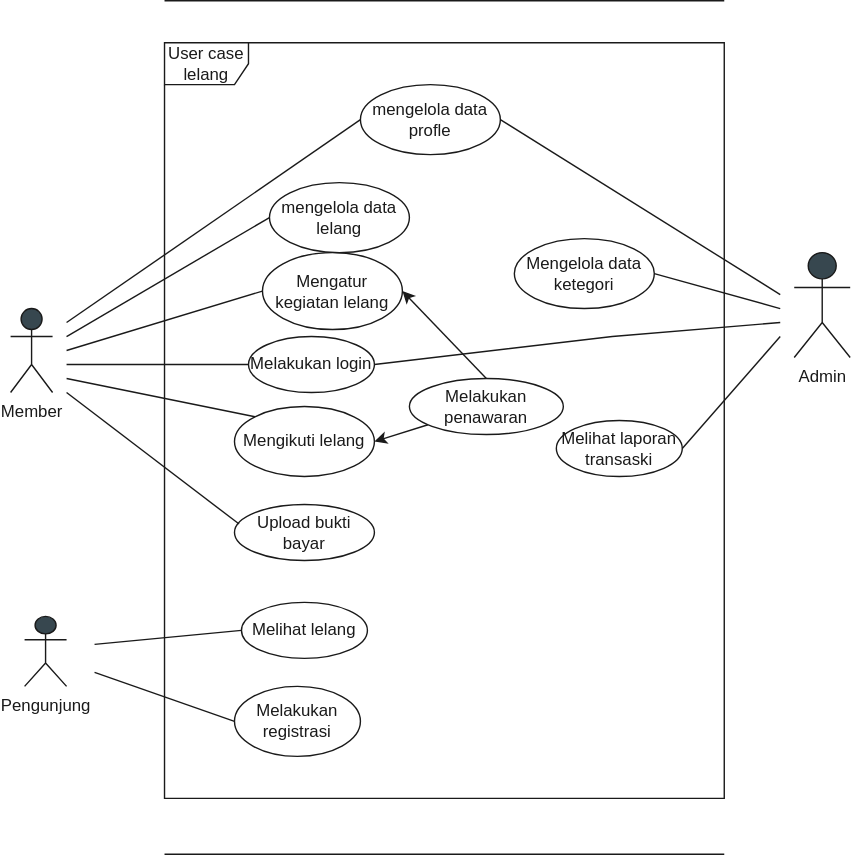
Before: TA.drawio.svg, a diagram exported from draw.io (MuhammadAkbar11/auction-marketplace). Source tidied: cells renumbered, new cells last; positions are measured from the earlier drawing's top-left corner, leaving out a move shared by most shapes. Its diagram source:
```xml
<mxGraphModel background="#ffffff">
  <root>
    <mxCell id="0" />
    <mxCell id="1" parent="0" />
    <mxCell id="2" value="User case lelang" style="shape=umlFrame;whiteSpace=wrap;html=1;labelBorderColor=none;fillColor=none;fontColor=#1A1A1A;strokeColor=#1A1A1A;fontSize=12;" parent="1" vertex="1">
      <mxGeometry x="110" y="30" width="400" height="540" as="geometry" />
    </mxCell>
    <mxCell id="3" value="Member" style="shape=umlActor;verticalLabelPosition=bottom;verticalAlign=top;html=1;fillColor=#37474F;fontColor=#1A1A1A;strokeColor=#1A1A1A;fontSize=12;" parent="1" vertex="1">
      <mxGeometry y="220" width="30" height="60" as="geometry" />
    </mxCell>
    <mxCell id="4" value="&lt;font style=&quot;font-size: 12px;&quot;&gt;Melakukan login&lt;/font&gt;" style="ellipse;whiteSpace=wrap;html=1;fillColor=none;fontColor=#1A1A1A;strokeColor=#1A1A1A;fontSize=12;" parent="1" vertex="1">
      <mxGeometry x="170" y="240" width="90" height="40" as="geometry" />
    </mxCell>
    <mxCell id="5" value="Admin" style="shape=umlActor;verticalLabelPosition=bottom;verticalAlign=top;html=1;fillColor=#37474F;fontColor=#1A1A1A;strokeColor=#1A1A1A;fontSize=12;" parent="1" vertex="1">
      <mxGeometry x="560" y="180" width="40" height="75" as="geometry" />
    </mxCell>
    <mxCell id="6" style="endArrow=none;html=1;rounded=0;entryX=0;entryY=0.5;entryDx=0;entryDy=0;fontColor=#1A1A1A;strokeColor=#1A1A1A;fontSize=12;" parent="1" edge="1" target="4">
      <mxGeometry relative="1" as="geometry">
        <mxPoint x="40" y="260" as="sourcePoint" />
      </mxGeometry>
    </mxCell>
    <mxCell id="7" style="endArrow=none;html=1;rounded=0;entryX=1;entryY=0.5;entryDx=0;entryDy=0;fontColor=#1A1A1A;strokeColor=#1A1A1A;fontSize=12;" parent="1" edge="1" target="4">
      <mxGeometry relative="1" as="geometry">
        <mxPoint x="550" y="230" as="sourcePoint" />
        <Array as="points">
          <mxPoint x="430" y="240" />
        </Array>
      </mxGeometry>
    </mxCell>
    <mxCell id="8" value="&lt;span style=&quot;font-size: 12px;&quot;&gt;Mengatur kegiatan lelang&lt;/span&gt;" style="ellipse;whiteSpace=wrap;html=1;fillColor=none;fontColor=#1A1A1A;strokeColor=#1A1A1A;fontSize=12;" parent="1" vertex="1">
      <mxGeometry x="180" y="180" width="100" height="55" as="geometry" />
    </mxCell>
    <mxCell id="9" value="&lt;span style=&quot;font-size: 12px;&quot;&gt;mengelola data lelang&lt;/span&gt;" style="ellipse;whiteSpace=wrap;html=1;fillColor=none;fontColor=#1A1A1A;strokeColor=#1A1A1A;fontSize=12;" parent="1" vertex="1">
      <mxGeometry x="185" y="130" width="100" height="50" as="geometry" />
    </mxCell>
    <mxCell id="10" style="endArrow=none;html=1;rounded=0;entryX=0;entryY=0.5;entryDx=0;entryDy=0;fontColor=#1A1A1A;strokeColor=#1A1A1A;fontSize=12;" parent="1" edge="1" target="9">
      <mxGeometry relative="1" as="geometry">
        <mxPoint x="40" y="240" as="sourcePoint" />
      </mxGeometry>
    </mxCell>
    <mxCell id="11" style="endArrow=none;html=1;rounded=0;entryX=0;entryY=0.5;entryDx=0;entryDy=0;fontColor=#1A1A1A;strokeColor=#1A1A1A;fontSize=12;" parent="1" edge="1" target="8">
      <mxGeometry relative="1" as="geometry">
        <mxPoint x="40" y="250" as="sourcePoint" />
      </mxGeometry>
    </mxCell>
    <mxCell id="12" value="&lt;span style=&quot;font-size: 12px;&quot;&gt;Mengikuti lelang&lt;/span&gt;" style="ellipse;whiteSpace=wrap;html=1;fillColor=none;fontColor=#1A1A1A;strokeColor=#1A1A1A;fontSize=12;" parent="1" vertex="1">
      <mxGeometry x="160" y="290" width="100" height="50" as="geometry" />
    </mxCell>
    <mxCell id="13" style="rounded=0;jettySize=auto;html=1;entryX=1;entryY=0.5;entryDx=0;entryDy=0;fontColor=#1A1A1A;strokeColor=#1A1A1A;fontSize=12;" parent="1" edge="1" source="15" target="12">
      <mxGeometry relative="1" as="geometry" />
    </mxCell>
    <mxCell id="14" style="edgeStyle=none;rounded=0;jettySize=auto;html=1;exitX=0.5;exitY=0;exitDx=0;exitDy=0;entryX=1;entryY=0.5;entryDx=0;entryDy=0;fontColor=#1A1A1A;strokeColor=#1A1A1A;fontSize=12;" parent="1" edge="1" source="15" target="8">
      <mxGeometry relative="1" as="geometry" />
    </mxCell>
    <mxCell id="15" value="&lt;span style=&quot;font-size: 12px;&quot;&gt;Melakukan penawaran&lt;/span&gt;" style="ellipse;whiteSpace=wrap;html=1;fillColor=none;fontColor=#1A1A1A;strokeColor=#1A1A1A;fontSize=12;" parent="1" vertex="1">
      <mxGeometry x="285" y="270" width="110" height="40" as="geometry" />
    </mxCell>
    <mxCell id="16" value="&lt;span style=&quot;font-size: 12px;&quot;&gt;mengelola data profle&lt;/span&gt;" style="ellipse;whiteSpace=wrap;html=1;fillColor=none;fontColor=#1A1A1A;strokeColor=#1A1A1A;fontSize=12;" parent="1" vertex="1">
      <mxGeometry x="250" y="60" width="100" height="50" as="geometry" />
    </mxCell>
    <mxCell id="17" style="endArrow=none;html=1;rounded=0;entryX=0;entryY=0.5;entryDx=0;entryDy=0;fontColor=#1A1A1A;strokeColor=#1A1A1A;fontSize=12;" parent="1" edge="1" target="16">
      <mxGeometry relative="1" as="geometry">
        <mxPoint x="40" y="230" as="sourcePoint" />
      </mxGeometry>
    </mxCell>
    <mxCell id="18" style="endArrow=none;html=1;rounded=0;entryX=0;entryY=0;entryDx=0;entryDy=0;fontColor=#1A1A1A;strokeColor=#1A1A1A;fontSize=12;" parent="1" edge="1" target="12">
      <mxGeometry relative="1" as="geometry">
        <mxPoint x="40" y="270" as="sourcePoint" />
      </mxGeometry>
    </mxCell>
    <mxCell id="19" value="&lt;span style=&quot;font-size: 12px;&quot;&gt;Upload bukti bayar&lt;/span&gt;" style="ellipse;whiteSpace=wrap;html=1;fillColor=none;fontColor=#1A1A1A;strokeColor=#1A1A1A;fontSize=12;" parent="1" vertex="1">
      <mxGeometry x="160" y="360" width="100" height="40" as="geometry" />
    </mxCell>
    <mxCell id="20" style="endArrow=none;html=1;rounded=0;exitX=1;exitY=0.5;exitDx=0;exitDy=0;fontColor=#1A1A1A;strokeColor=#1A1A1A;fontSize=12;" parent="1" edge="1" source="16">
      <mxGeometry relative="1" as="geometry">
        <mxPoint x="550" y="210" as="targetPoint" />
      </mxGeometry>
    </mxCell>
    <mxCell id="21" value="&lt;span style=&quot;font-size: 12px;&quot;&gt;Mengelola data ketegori&lt;/span&gt;" style="ellipse;whiteSpace=wrap;html=1;fillColor=none;fontColor=#1A1A1A;strokeColor=#1A1A1A;fontSize=12;" parent="1" vertex="1">
      <mxGeometry x="360" y="170" width="100" height="50" as="geometry" />
    </mxCell>
    <mxCell id="22" value="&lt;span style=&quot;font-size: 12px;&quot;&gt;Melihat laporan transaski&lt;/span&gt;" style="ellipse;whiteSpace=wrap;html=1;fillColor=none;fontColor=#1A1A1A;strokeColor=#1A1A1A;fontSize=12;" parent="1" vertex="1">
      <mxGeometry x="390" y="300" width="90" height="40" as="geometry" />
    </mxCell>
    <mxCell id="23" style="endArrow=none;html=1;rounded=0;exitX=1;exitY=0.5;exitDx=0;exitDy=0;fontColor=#1A1A1A;strokeColor=#1A1A1A;fontSize=12;" parent="1" edge="1" source="21">
      <mxGeometry relative="1" as="geometry">
        <mxPoint x="550" y="220" as="targetPoint" />
      </mxGeometry>
    </mxCell>
    <mxCell id="24" style="endArrow=none;html=1;rounded=0;exitX=1;exitY=0.5;exitDx=0;exitDy=0;fontColor=#1A1A1A;strokeColor=#1A1A1A;fontSize=12;" parent="1" edge="1" source="22">
      <mxGeometry relative="1" as="geometry">
        <mxPoint x="550" y="240" as="targetPoint" />
      </mxGeometry>
    </mxCell>
    <mxCell id="25" style="endArrow=none;html=1;rounded=0;entryX=0.033;entryY=0.35;entryDx=0;entryDy=0;entryPerimeter=0;fontColor=#1A1A1A;strokeColor=#1A1A1A;fontSize=12;" parent="1" edge="1" target="19">
      <mxGeometry relative="1" as="geometry">
        <mxPoint x="40" y="280" as="sourcePoint" />
      </mxGeometry>
    </mxCell>
    <mxCell id="26" value="Pengunjung" style="shape=umlActor;verticalLabelPosition=bottom;verticalAlign=top;html=1;fillColor=#37474F;fontColor=#1A1A1A;strokeColor=#1A1A1A;fontSize=12;" parent="1" vertex="1">
      <mxGeometry x="10" y="440" width="30" height="50" as="geometry" />
    </mxCell>
    <mxCell id="27" value="&lt;span style=&quot;font-size: 12px;&quot;&gt;Melakukan registrasi&lt;/span&gt;" style="ellipse;whiteSpace=wrap;html=1;fillColor=none;fontColor=#1A1A1A;strokeColor=#1A1A1A;fontSize=12;" parent="1" vertex="1">
      <mxGeometry x="160" y="490" width="90" height="50" as="geometry" />
    </mxCell>
    <mxCell id="28" style="endArrow=none;html=1;rounded=0;entryX=0;entryY=0.5;entryDx=0;entryDy=0;fontColor=#1A1A1A;strokeColor=#1A1A1A;fontSize=12;" parent="1" edge="1" target="27">
      <mxGeometry relative="1" as="geometry">
        <mxPoint x="60" y="480" as="sourcePoint" />
      </mxGeometry>
    </mxCell>
    <mxCell id="29" value="&lt;span style=&quot;font-size: 12px;&quot;&gt;Melihat lelang&lt;/span&gt;" style="ellipse;whiteSpace=wrap;html=1;fillColor=none;fontColor=#1A1A1A;strokeColor=#1A1A1A;fontSize=12;" parent="1" vertex="1">
      <mxGeometry x="165" y="430" width="90" height="40" as="geometry" />
    </mxCell>
    <mxCell id="30" style="endArrow=none;html=1;rounded=0;entryX=0;entryY=0.5;entryDx=0;entryDy=0;fontColor=#1A1A1A;strokeColor=#1A1A1A;fontSize=12;" parent="1" edge="1" target="29">
      <mxGeometry relative="1" as="geometry">
        <mxPoint x="60" y="460" as="sourcePoint" />
      </mxGeometry>
    </mxCell>
    <mxCell id="31" style="endArrow=none;html=1;fontSize=12;fontColor=#1A1A1A;strokeColor=#1A1A1A;strokeWidth=0;" parent="1" edge="1">
      <mxGeometry relative="1" as="geometry">
        <mxPoint x="110" as="sourcePoint" />
        <mxPoint x="510" as="targetPoint" />
      </mxGeometry>
    </mxCell>
    <mxCell id="32" style="endArrow=none;html=1;fontSize=12;fontColor=#1A1A1A;strokeColor=#1A1A1A;strokeWidth=0;" parent="1" edge="1">
      <mxGeometry relative="1" as="geometry">
        <mxPoint x="110" y="610" as="sourcePoint" />
        <mxPoint x="510" y="610" as="targetPoint" />
      </mxGeometry>
    </mxCell>
  </root>
</mxGraphModel>
```
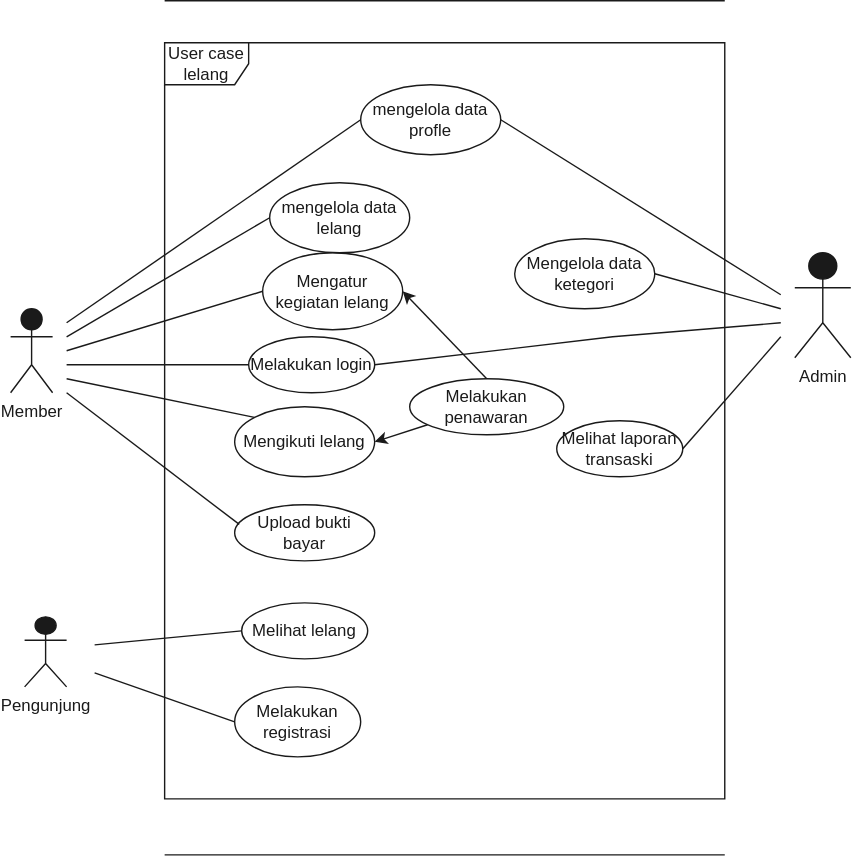
The same file after the commit.

The edit, as a diff of the source:
```diff
@@ -1,17 +1,17 @@
-<mxGraphModel background="#ffffff">
+<mxGraphModel>
   <root>
     <mxCell id="0" />
     <mxCell id="1" parent="0" />
     <mxCell id="2" value="User case lelang" style="shape=umlFrame;whiteSpace=wrap;html=1;labelBorderColor=none;fillColor=none;fontColor=#1A1A1A;strokeColor=#1A1A1A;fontSize=12;" parent="1" vertex="1">
       <mxGeometry x="110" y="30" width="400" height="540" as="geometry" />
     </mxCell>
-    <mxCell id="3" value="Member" style="shape=umlActor;verticalLabelPosition=bottom;verticalAlign=top;html=1;fillColor=#37474F;fontColor=#1A1A1A;strokeColor=#1A1A1A;fontSize=12;" parent="1" vertex="1">
+    <mxCell id="3" value="Member" style="shape=umlActor;verticalLabelPosition=bottom;verticalAlign=top;html=1;fontColor=#1A1A1A;strokeColor=#1A1A1A;fontSize=12;fillColor=#1A1A1A;" parent="1" vertex="1">
       <mxGeometry y="220" width="30" height="60" as="geometry" />
     </mxCell>
     <mxCell id="4" value="&lt;font style=&quot;font-size: 12px;&quot;&gt;Melakukan login&lt;/font&gt;" style="ellipse;whiteSpace=wrap;html=1;fillColor=none;fontColor=#1A1A1A;strokeColor=#1A1A1A;fontSize=12;" parent="1" vertex="1">
       <mxGeometry x="170" y="240" width="90" height="40" as="geometry" />
     </mxCell>
-    <mxCell id="5" value="Admin" style="shape=umlActor;verticalLabelPosition=bottom;verticalAlign=top;html=1;fillColor=#37474F;fontColor=#1A1A1A;strokeColor=#1A1A1A;fontSize=12;" parent="1" vertex="1">
+    <mxCell id="5" value="Admin" style="shape=umlActor;verticalLabelPosition=bottom;verticalAlign=top;html=1;fontColor=#1A1A1A;strokeColor=#1A1A1A;fontSize=12;fillColor=#1A1A1A;" parent="1" vertex="1">
       <mxGeometry x="560" y="180" width="40" height="75" as="geometry" />
     </mxCell>
     <mxCell id="6" style="endArrow=none;html=1;rounded=0;entryX=0;entryY=0.5;entryDx=0;entryDy=0;fontColor=#1A1A1A;strokeColor=#1A1A1A;fontSize=12;" parent="1" edge="1" target="4">
@@ -97,7 +97,7 @@
         <mxPoint x="40" y="280" as="sourcePoint" />
       </mxGeometry>
     </mxCell>
-    <mxCell id="26" value="Pengunjung" style="shape=umlActor;verticalLabelPosition=bottom;verticalAlign=top;html=1;fillColor=#37474F;fontColor=#1A1A1A;strokeColor=#1A1A1A;fontSize=12;" parent="1" vertex="1">
+    <mxCell id="26" value="Pengunjung" style="shape=umlActor;verticalLabelPosition=bottom;verticalAlign=top;html=1;fontColor=#1A1A1A;strokeColor=#1A1A1A;fontSize=12;fillColor=#1A1A1A;" parent="1" vertex="1">
       <mxGeometry x="10" y="440" width="30" height="50" as="geometry" />
     </mxCell>
     <mxCell id="27" value="&lt;span style=&quot;font-size: 12px;&quot;&gt;Melakukan registrasi&lt;/span&gt;" style="ellipse;whiteSpace=wrap;html=1;fillColor=none;fontColor=#1A1A1A;strokeColor=#1A1A1A;fontSize=12;" parent="1" vertex="1">
```
